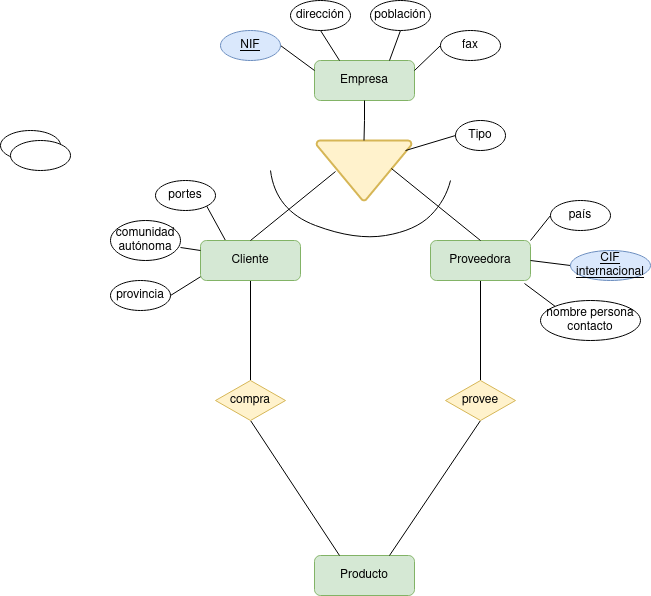
This is Unidad-1/Tareas/Tareas-evaluables/Tarea-evaluable-4/tarea-evaluable-4.drawio.png from LuisMGlez/base-datos, a draw.io export, as it was before one commit. Source tidied: cells renumbered, new cells last; positions are measured from the earlier drawing's top-left corner, leaving out a move shared by most shapes.
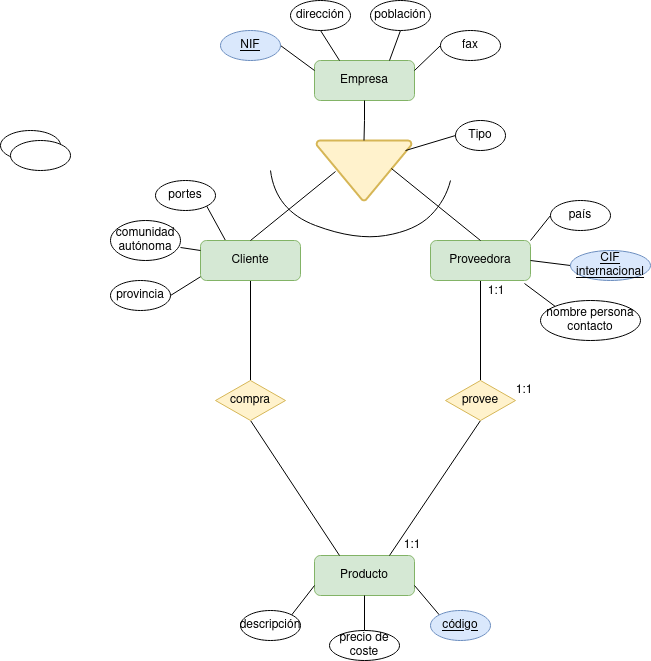
Later version of the same file.

Diff of the diagram source:
```diff
@@ -130,5 +130,32 @@
     <mxCell id="40" style="rounded=0;jettySize=auto;html=1;exitX=0;exitY=0;exitDx=0;exitDy=0;entryX=0.94;entryY=1.075;entryDx=0;entryDy=0;entryPerimeter=0;endArrow=none;endFill=0;" parent="1" edge="1" source="23" target="4">
       <mxGeometry relative="1" as="geometry" />
     </mxCell>
+    <mxCell id="41" style="rounded=0;jettySize=auto;html=1;exitX=0.5;exitY=0;exitDx=0;exitDy=0;entryX=0.5;entryY=1;entryDx=0;entryDy=0;endArrow=none;endFill=0;" parent="1" edge="1" source="42" target="2">
+      <mxGeometry relative="1" as="geometry" />
+    </mxCell>
+    <mxCell id="42" value="precio de coste" style="ellipse;whiteSpace=wrap;html=1;" parent="1" vertex="1">
+      <mxGeometry x="329" y="630" width="70" height="30" as="geometry" />
+    </mxCell>
+    <mxCell id="43" style="rounded=0;jettySize=auto;html=1;exitX=1;exitY=0;exitDx=0;exitDy=0;entryX=0;entryY=0.75;entryDx=0;entryDy=0;endArrow=none;endFill=0;" parent="1" edge="1" source="44" target="2">
+      <mxGeometry relative="1" as="geometry" />
+    </mxCell>
+    <mxCell id="44" value="descripción" style="ellipse;whiteSpace=wrap;html=1;" parent="1" vertex="1">
+      <mxGeometry x="240" y="610" width="60" height="30" as="geometry" />
+    </mxCell>
+    <mxCell id="45" style="rounded=0;jettySize=auto;html=1;exitX=0;exitY=0;exitDx=0;exitDy=0;entryX=1;entryY=0.75;entryDx=0;entryDy=0;endArrow=none;endFill=0;" parent="1" edge="1" source="46" target="2">
+      <mxGeometry relative="1" as="geometry" />
+    </mxCell>
+    <mxCell id="46" value="&lt;u&gt;código&lt;/u&gt;" style="ellipse;whiteSpace=wrap;html=1;fillColor=#dae8fc;strokeColor=#6c8ebf;" parent="1" vertex="1">
+      <mxGeometry x="430" y="610" width="60" height="30" as="geometry" />
+    </mxCell>
+    <mxCell id="47" value="1:1" style="text;strokeColor=none;align=center;fillColor=none;html=1;verticalAlign=middle;whiteSpace=wrap;rounded=0;" parent="1" vertex="1">
+      <mxGeometry x="382" y="530" width="60" height="30" as="geometry" />
+    </mxCell>
+    <mxCell id="48" value="1:1" style="text;strokeColor=none;align=center;fillColor=none;html=1;verticalAlign=middle;whiteSpace=wrap;rounded=0;" parent="1" vertex="1">
+      <mxGeometry x="466" y="276" width="60" height="30" as="geometry" />
+    </mxCell>
+    <mxCell id="49" value="1:1" style="text;strokeColor=none;align=center;fillColor=none;html=1;verticalAlign=middle;whiteSpace=wrap;rounded=0;" parent="1" vertex="1">
+      <mxGeometry x="494" y="375" width="60" height="30" as="geometry" />
+    </mxCell>
   </root>
 </mxGraphModel>
```
